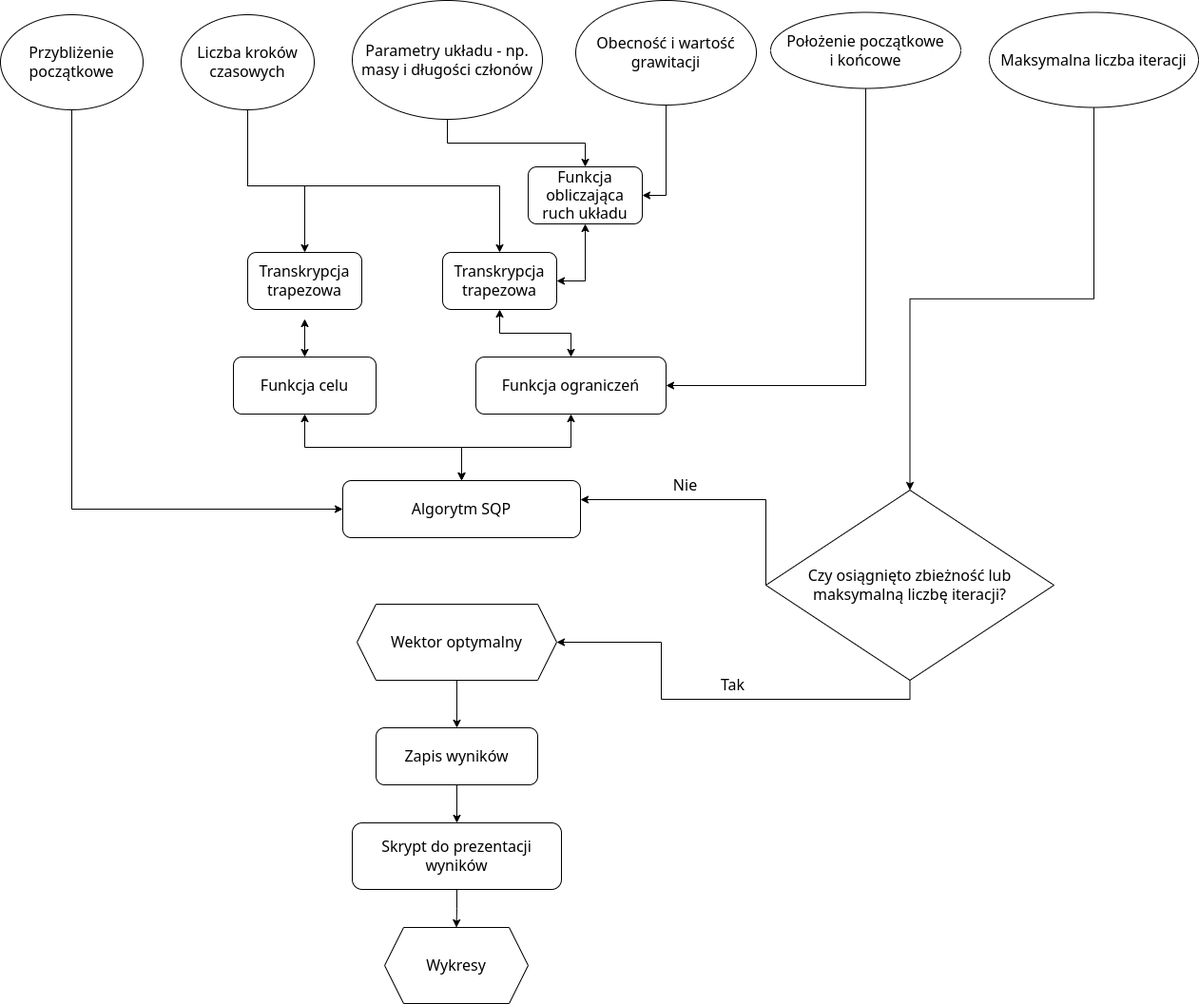
Above: schemat.drawio.png in martakrauze/Optymalizacja_trajektorii (draw.io), before the change. Source tidied: cells renumbered, new cells last; positions are measured from the earlier drawing's top-left corner, leaving out a move shared by most shapes.
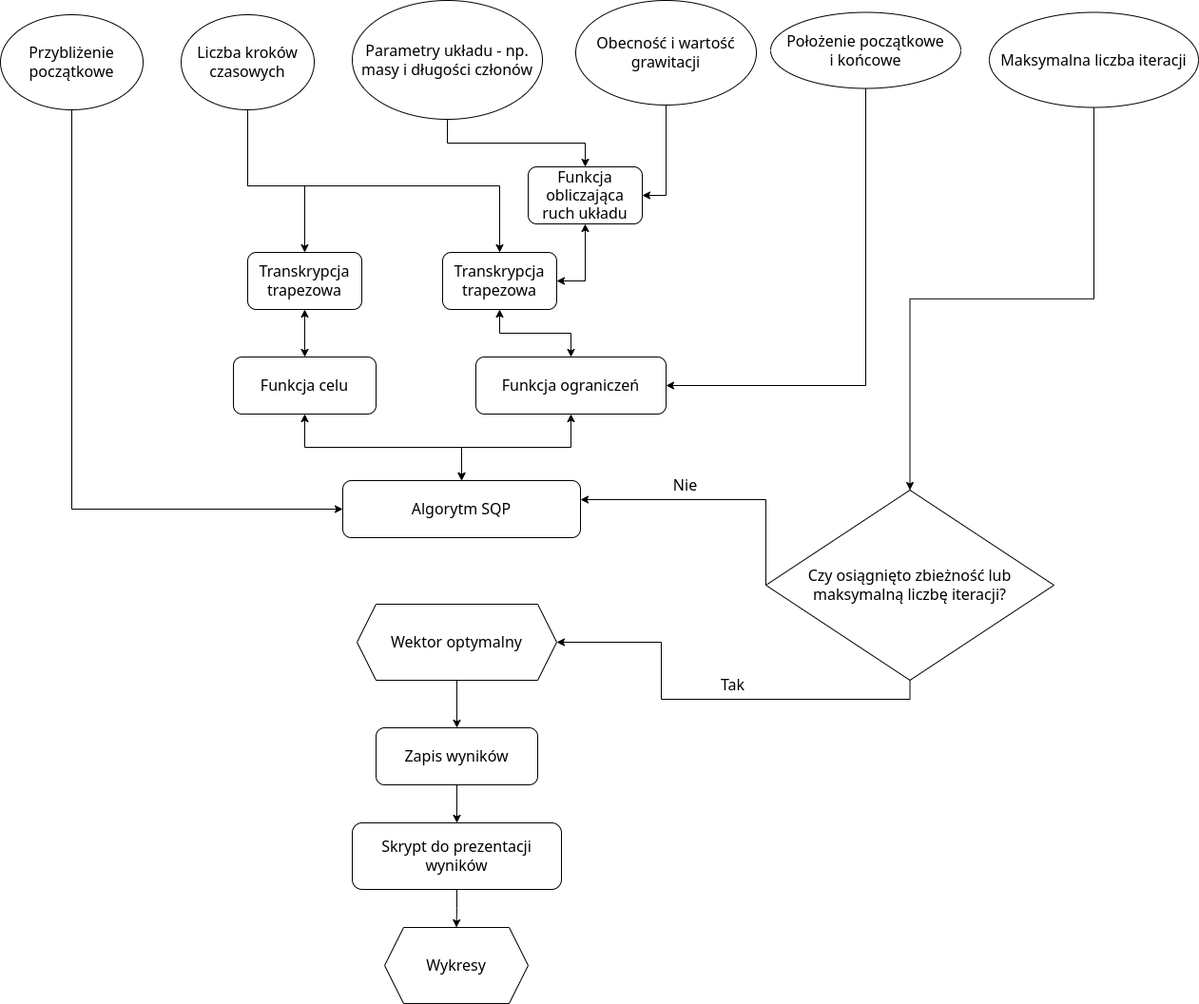
The same file after the commit.

What changed in the source:
```diff
@@ -124,10 +124,8 @@
     <mxCell id="37" value="Transkrypcja trapezowa" style="rounded=1;whiteSpace=wrap;html=1;fontSize=16;" parent="1" vertex="1">
       <mxGeometry x="260" y="265" width="120" height="60" as="geometry" />
     </mxCell>
-    <mxCell id="38" style="endArrow=classic;startArrow=classic;html=1;rounded=0;fontSize=16;exitX=0.5;exitY=0;exitDx=0;exitDy=0;" parent="1" edge="1" source="21">
-      <mxGeometry relative="1" as="geometry">
-        <mxPoint x="320" y="335" as="targetPoint" />
-      </mxGeometry>
+    <mxCell id="38" style="endArrow=classic;startArrow=classic;html=1;rounded=0;fontSize=16;exitX=0.5;exitY=0;exitDx=0;exitDy=0;entryX=0.5;entryY=1;entryDx=0;entryDy=0;" parent="1" edge="1" source="21" target="37">
+      <mxGeometry relative="1" as="geometry" />
     </mxCell>
   </root>
 </mxGraphModel>
```
